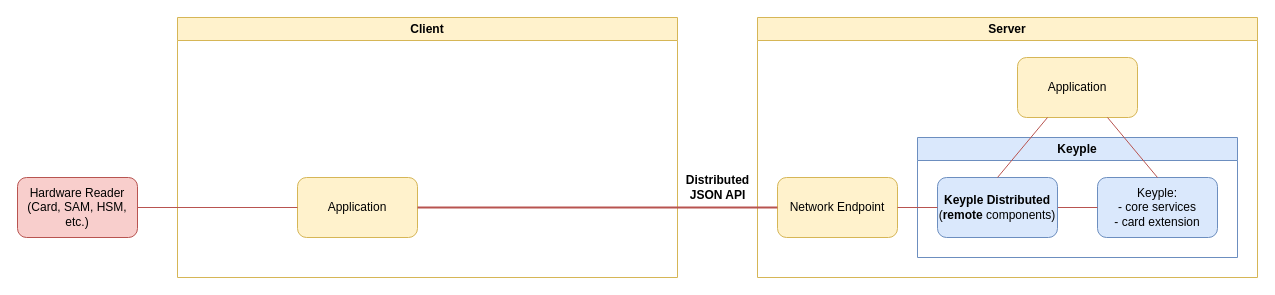
This is static/media/learn/user-guide/distributed-application/distributed_solution_2_layers_overview.drawio from eclipse-keyple/keyple-website, a draw.io file, before an edit. Source tidied: cells renumbered, new cells numbered last; positions are measured from the earlier drawing's top-left corner, leaving out a move shared by most shapes. Both pictures are drawn from the tidied source at 100%, with x=0, y=0 at pixel (17, 17).
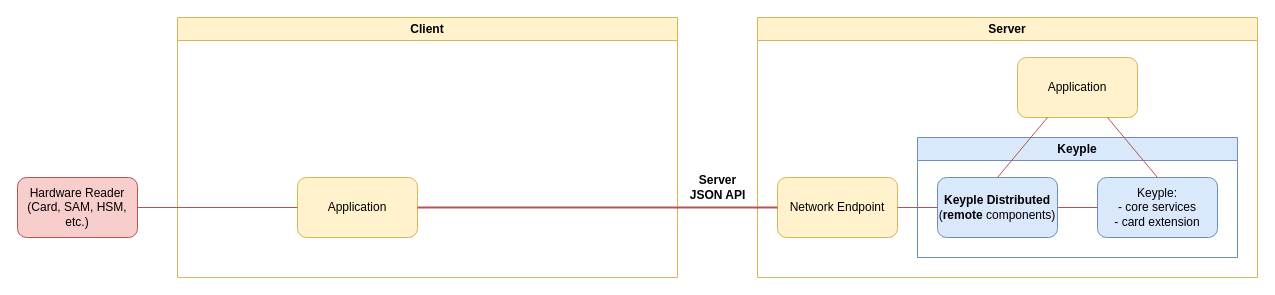
After the change.

The edit, as a diff of the source:
```diff
@@
 <mxGraphModel>
   <root>
     <mxCell id="0" />
     <mxCell id="1" parent="0" />
     <mxCell id="2" value="Client" style="swimlane;whiteSpace=wrap;html=1;fillColor=#fff2cc;strokeColor=#d6b656;" parent="1" vertex="1">
       <mxGeometry x="160" width="500" height="260" as="geometry" />
     </mxCell>
     <mxCell id="3" value="Application" style="rounded=1;whiteSpace=wrap;html=1;fillColor=#fff2cc;strokeColor=#d6b656;" parent="2" vertex="1">
       <mxGeometry x="120" y="160" width="120" height="60" as="geometry" />
     </mxCell>
     <mxCell id="4" value="Hardware Reader&lt;br&gt;(Card, SAM, HSM, etc.)" style="rounded=1;whiteSpace=wrap;html=1;fillColor=#f8cecc;strokeColor=#b85450;" parent="1" vertex="1">
       <mxGeometry y="160" width="120" height="60" as="geometry" />
     </mxCell>
     <mxCell id="5" value="Server" style="swimlane;whiteSpace=wrap;html=1;startSize=23;fillColor=#fff2cc;strokeColor=#d6b656;" parent="1" vertex="1">
       <mxGeometry x="740" width="500" height="260" as="geometry" />
     </mxCell>
     <mxCell id="6" value="Application" style="rounded=1;whiteSpace=wrap;html=1;fillColor=#fff2cc;strokeColor=#d6b656;" parent="5" vertex="1">
       <mxGeometry x="260" y="40" width="120" height="60" as="geometry" />
     </mxCell>
     <mxCell id="7" value="Keyple" style="swimlane;whiteSpace=wrap;html=1;fillColor=#dae8fc;strokeColor=#6c8ebf;" parent="5" vertex="1">
       <mxGeometry x="160" y="120" width="320" height="120" as="geometry" />
     </mxCell>
     <mxCell id="8" value="Keyple:&lt;br&gt;- core services&lt;br&gt;- card extension" style="rounded=1;whiteSpace=wrap;html=1;fillColor=#dae8fc;strokeColor=#6c8ebf;" parent="7" vertex="1">
       <mxGeometry x="180" y="40" width="120" height="60" as="geometry" />
     </mxCell>
     <mxCell id="9" style="edgeStyle=none;rounded=0;jettySize=auto;html=1;exitX=1;exitY=0.5;exitDx=0;exitDy=0;entryX=0;entryY=0.5;entryDx=0;entryDy=0;strokeWidth=1;endArrow=none;endFill=0;fillColor=#f8cecc;strokeColor=#b85450;" parent="7" edge="1" source="10" target="8">
       <mxGeometry relative="1" as="geometry" />
     </mxCell>
     <mxCell id="10" value="&lt;b&gt;Keyple Distributed&lt;/b&gt;&lt;br&gt;(&lt;b&gt;remote&lt;/b&gt; components)" style="rounded=1;whiteSpace=wrap;html=1;fillColor=#dae8fc;strokeColor=#6c8ebf;" parent="7" vertex="1">
       <mxGeometry x="20" y="40" width="120" height="60" as="geometry" />
     </mxCell>
     <mxCell id="11" value="Network Endpoint" style="rounded=1;whiteSpace=wrap;html=1;fillColor=#fff2cc;strokeColor=#d6b656;" parent="5" vertex="1">
       <mxGeometry x="20" y="160" width="120" height="60" as="geometry" />
     </mxCell>
     <mxCell id="12" style="edgeStyle=none;rounded=0;jettySize=auto;html=1;exitX=0.5;exitY=0;exitDx=0;exitDy=0;entryX=0.25;entryY=1;entryDx=0;entryDy=0;strokeWidth=1;endArrow=none;endFill=0;fillColor=#f8cecc;strokeColor=#b85450;" parent="5" edge="1" source="10" target="6">
       <mxGeometry relative="1" as="geometry" />
     </mxCell>
     <mxCell id="13" style="edgeStyle=none;rounded=0;jettySize=auto;html=1;exitX=0.75;exitY=1;exitDx=0;exitDy=0;entryX=0.5;entryY=0;entryDx=0;entryDy=0;strokeWidth=1;endArrow=none;endFill=0;fillColor=#f8cecc;strokeColor=#b85450;" parent="5" edge="1" source="6" target="8">
       <mxGeometry relative="1" as="geometry" />
     </mxCell>
     <mxCell id="14" style="edgeStyle=none;rounded=0;jettySize=auto;html=1;exitX=1;exitY=0.5;exitDx=0;exitDy=0;entryX=0;entryY=0.5;entryDx=0;entryDy=0;strokeWidth=1;endArrow=none;endFill=0;fillColor=#f8cecc;strokeColor=#b85450;" parent="5" edge="1" source="11" target="10">
       <mxGeometry relative="1" as="geometry" />
     </mxCell>
     <mxCell id="15" style="edgeStyle=orthogonalEdgeStyle;rounded=0;jettySize=auto;html=1;exitX=0;exitY=0.5;exitDx=0;exitDy=0;entryX=1;entryY=0.5;entryDx=0;entryDy=0;endArrow=none;endFill=0;fillColor=#f8cecc;strokeColor=#b85450;strokeWidth=1;" parent="1" edge="1" source="3" target="4">
       <mxGeometry relative="1" as="geometry" />
     </mxCell>
     <mxCell id="16" style="edgeStyle=none;rounded=0;jettySize=auto;html=1;exitX=1;exitY=0.5;exitDx=0;exitDy=0;entryX=0;entryY=0.5;entryDx=0;entryDy=0;strokeWidth=2;endArrow=none;endFill=0;fillColor=#f8cecc;strokeColor=#b85450;" parent="1" edge="1" source="3" target="11">
       <mxGeometry relative="1" as="geometry" />
     </mxCell>
-    <mxCell id="17" value="Distributed&lt;br&gt;JSON API" style="text;html=1;align=center;verticalAlign=middle;strokeColor=none;fillColor=none;fontStyle=1;" parent="1" vertex="1">
-      <mxGeometry x="655" y="150" width="90" height="40" as="geometry" />
+    <mxCell id="17" value="Server&lt;br&gt;JSON API" style="text;html=1;align=center;verticalAlign=middle;strokeColor=none;fillColor=none;fontStyle=1;" parent="1" vertex="1">
+      <mxGeometry x="660" y="150" width="80" height="40" as="geometry" />
     </mxCell>
   </root>
 </mxGraphModel>
```
